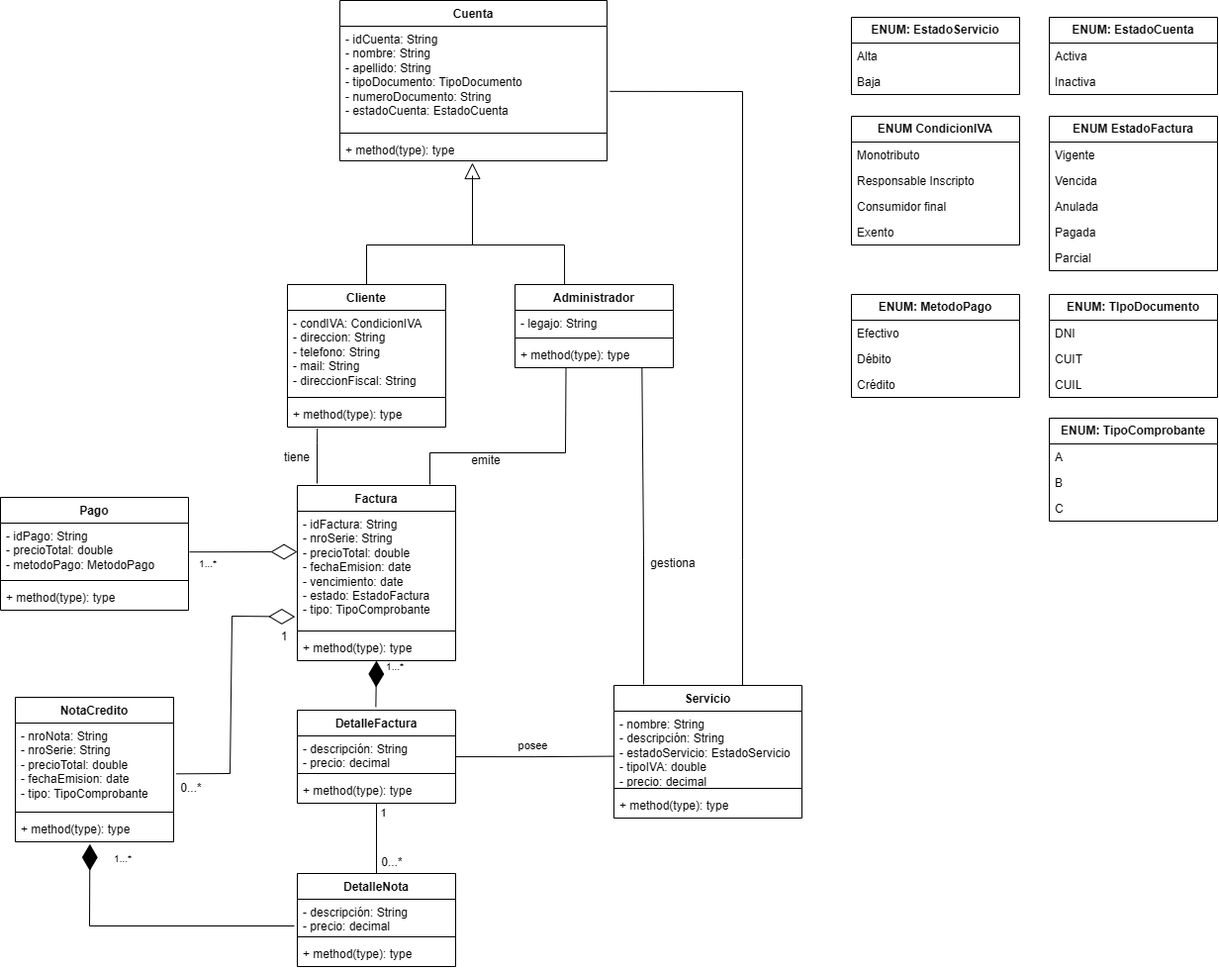
Milagros-Ernst/Trabajo-Integrador-POO-2 keeps this draw.io diagram as diagramas/Diagrama de clases - Integrador POO II.png. Above is the earlier version. Source tidied: cells renumbered, new cells last; positions are measured from the earlier drawing's top-left corner, leaving out a move shared by most shapes.
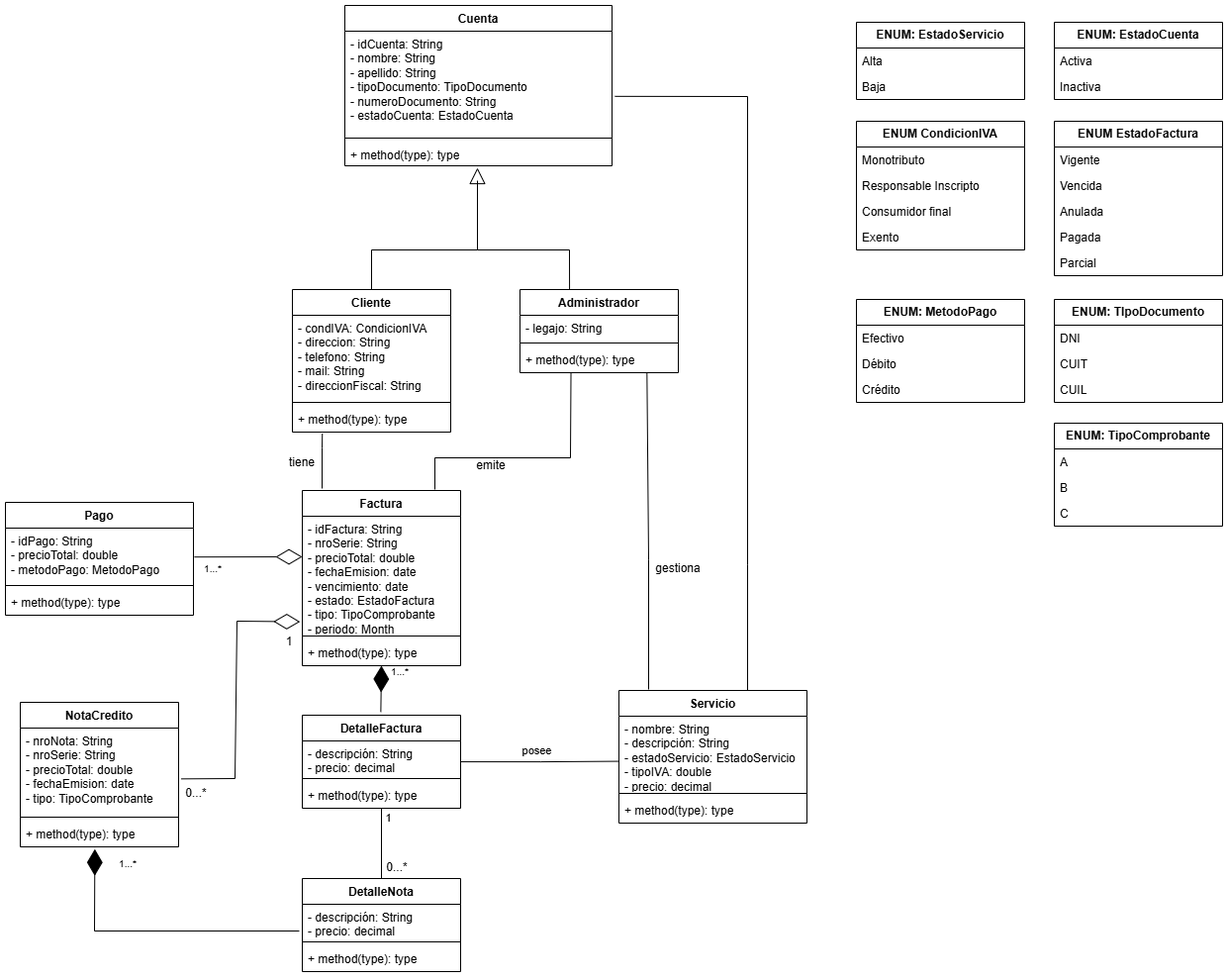
After the commit.

Commit message:
Agregué periodo a Factura

Change to the diagram source:
```diff
@@ -80,7 +80,7 @@
     <mxCell id="27" value="Factura" style="swimlane;fontStyle=1;align=center;verticalAlign=top;horizontal=1;startSize=26;whiteSpace=wrap;html=1;" parent="1" vertex="1">
       <mxGeometry x="300" y="490" width="160" height="177" as="geometry" />
     </mxCell>
-    <mxCell id="28" value="- idFactura: String&lt;div&gt;- nroSerie: String&lt;br&gt;&lt;div&gt;- precioTotal: double&lt;/div&gt;&lt;div&gt;- fechaEmision: date&lt;/div&gt;&lt;div&gt;- vencimiento: date&lt;/div&gt;&lt;div&gt;- estado: EstadoFactura&lt;/div&gt;&lt;/div&gt;&lt;div&gt;- tipo: TipoComprobante&lt;/div&gt;" style="text;strokeColor=none;fillColor=none;align=left;verticalAlign=top;spacingLeft=4;spacingRight=4;overflow=hidden;points=[[0,0.5],[1,0.5]];portConstraint=eastwest;whiteSpace=wrap;html=1;" parent="27" vertex="1">
+    <mxCell id="28" value="- idFactura: String&lt;div&gt;- nroSerie: String&lt;br&gt;&lt;div&gt;- precioTotal: double&lt;/div&gt;&lt;div&gt;- fechaEmision: date&lt;/div&gt;&lt;div&gt;- vencimiento: date&lt;/div&gt;&lt;div&gt;- estado: EstadoFactura&lt;/div&gt;&lt;/div&gt;&lt;div&gt;- tipo: TipoComprobante&lt;/div&gt;&lt;div&gt;- periodo: Month&lt;/div&gt;" style="text;strokeColor=none;fillColor=none;align=left;verticalAlign=top;spacingLeft=4;spacingRight=4;overflow=hidden;points=[[0,0.5],[1,0.5]];portConstraint=eastwest;whiteSpace=wrap;html=1;" parent="27" vertex="1">
       <mxGeometry y="26" width="160" height="117" as="geometry" />
     </mxCell>
     <mxCell id="29" style="line;strokeWidth=1;fillColor=none;align=left;verticalAlign=middle;spacingTop=-1;spacingLeft=3;spacingRight=3;labelPosition=right;strokeColor=inherit;" parent="27" vertex="1">
```
